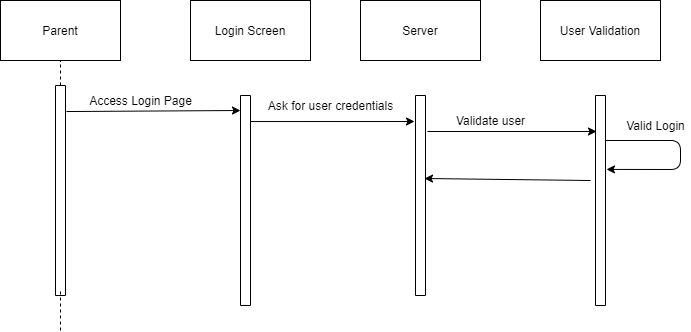
The draw.io diagram Deliverables/Week_3/Use_Case/Parent/Sequence Diagrams/Registration.png in Hanandrof/Group-3-Repository, before a commit. Source tidied: cells renumbered, new cells last; positions are measured from the earlier drawing's top-left corner, leaving out a move shared by most shapes.
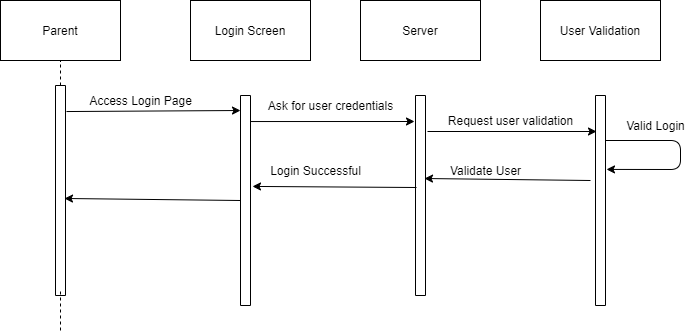
After the commit.

What changed in the source:
```diff
@@ -55,8 +55,8 @@
         <mxPoint x="596" y="131" as="targetPoint" />
       </mxGeometry>
     </mxCell>
-    <mxCell id="17" value="Validate user" style="text;html=1;align=center;verticalAlign=middle;" parent="1" vertex="1">
-      <mxGeometry x="450" y="110" width="80" height="20" as="geometry" />
+    <mxCell id="17" value="Request user validation" style="text;html=1;align=center;verticalAlign=middle;" parent="1" vertex="1">
+      <mxGeometry x="440" y="110" width="140" height="20" as="geometry" />
     </mxCell>
     <mxCell id="18" style="endArrow=classic;html=1;strokeColor=#000000;entryX=0.352;entryY=-0.1;entryDx=0;entryDy=0;entryPerimeter=0;" parent="1" edge="1" target="9">
       <mxGeometry relative="1" as="geometry">
@@ -75,5 +75,17 @@
         <mxPoint x="590" y="180" as="sourcePoint" />
       </mxGeometry>
     </mxCell>
+    <mxCell id="21" style="endArrow=classic;html=1;strokeColor=#000000;exitX=0.46;exitY=0.9;exitDx=0;exitDy=0;exitPerimeter=0;entryX=0.433;entryY=-0.2;entryDx=0;entryDy=0;entryPerimeter=0;" parent="1" edge="1" source="8" target="7">
+      <mxGeometry relative="1" as="geometry" />
+    </mxCell>
+    <mxCell id="22" style="endArrow=classic;html=1;strokeColor=#000000;exitX=0.5;exitY=1;exitDx=0;exitDy=0;entryX=0.538;entryY=0.1;entryDx=0;entryDy=0;entryPerimeter=0;" parent="1" edge="1" source="7" target="6">
+      <mxGeometry relative="1" as="geometry" />
+    </mxCell>
+    <mxCell id="23" value="Login Successful" style="text;html=1;align=center;verticalAlign=middle;" parent="1" vertex="1">
+      <mxGeometry x="260" y="160" width="110" height="20" as="geometry" />
+    </mxCell>
+    <mxCell id="24" value="Validate User" style="text;html=1;align=center;verticalAlign=middle;" parent="1" vertex="1">
+      <mxGeometry x="440" y="160" width="90" height="20" as="geometry" />
+    </mxCell>
   </root>
 </mxGraphModel>
```
